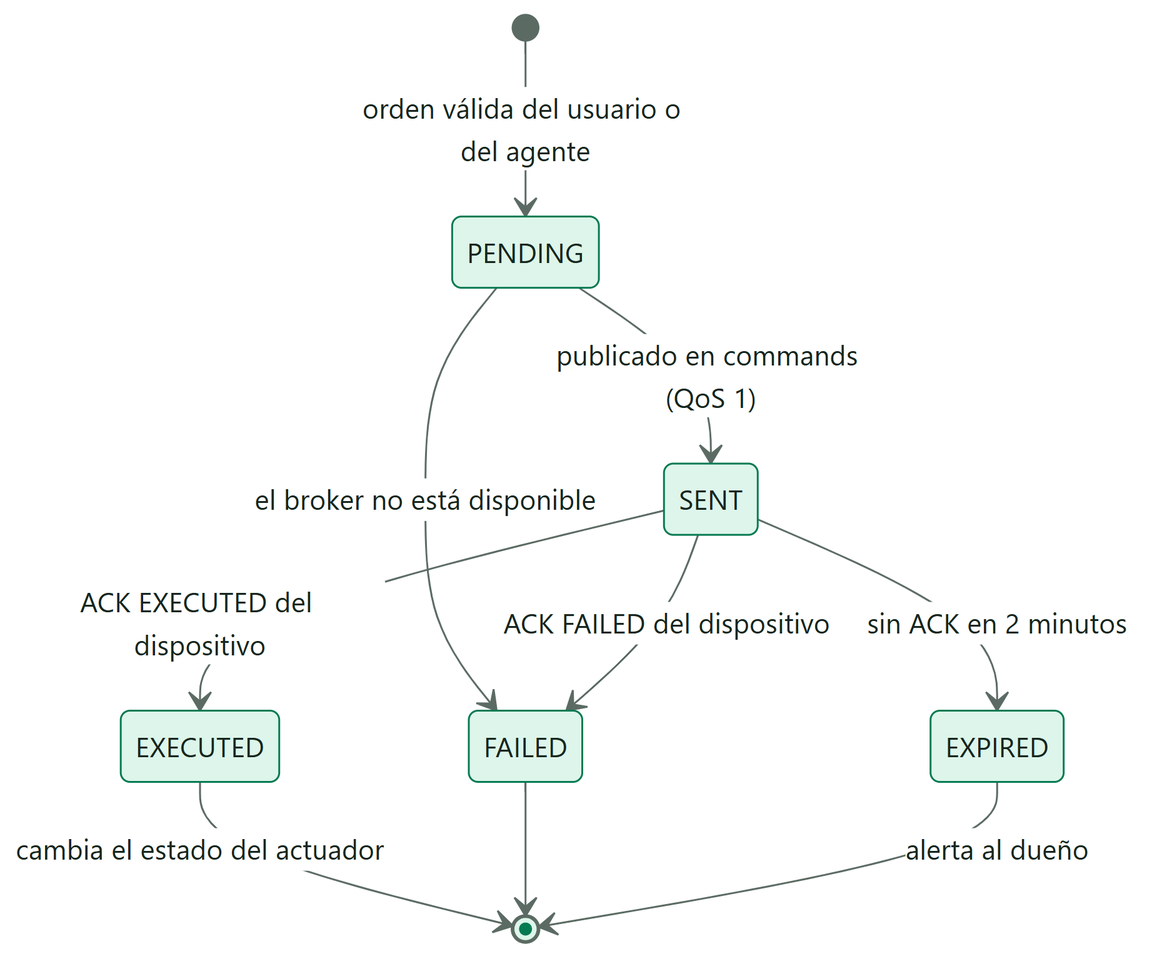
Above: docs/diagrams/SmartPot_05_Command_States.png in SmartPotTech/.github (Mermaid), before the change. Its source is kept beside it as docs/diagrams/SmartPot_05_Command_States.mmd. Its diagram source:
```mermaid
%%{init: {"theme": "base", "fontFamily": "Segoe UI, Arial, sans-serif", "themeVariables": {"fontFamily": "Segoe UI, Arial, sans-serif", "fontSize": "15px", "primaryColor": "#DDF5EA", "primaryTextColor": "#17261F", "primaryBorderColor": "#067A52", "secondaryColor": "#E3F2FB", "secondaryTextColor": "#17261F", "secondaryBorderColor": "#1F6FA0", "tertiaryColor": "#F2F7F4", "tertiaryTextColor": "#17261F", "tertiaryBorderColor": "#D5E3DC", "lineColor": "#5B6B63", "textColor": "#17261F", "mainBkg": "#DDF5EA", "nodeBorder": "#067A52", "clusterBkg": "#F7FAF8", "clusterBorder": "#D5E3DC", "edgeLabelBackground": "#FFFFFF", "actorBkg": "#067A52", "actorBorder": "#0B3D2B", "actorTextColor": "#FFFFFF", "actorLineColor": "#5B6B63", "signalColor": "#17261F", "signalTextColor": "#17261F", "labelBoxBkgColor": "#0B3D2B", "labelBoxBorderColor": "#0B3D2B", "labelTextColor": "#FFFFFF", "loopTextColor": "#0B3D2B", "noteBkgColor": "#FDF4DD", "noteBorderColor": "#C98D12", "noteTextColor": "#17261F", "activationBkgColor": "#DDF5EA", "activationBorderColor": "#067A52", "attributeBackgroundColorOdd": "#FFFFFF", "attributeBackgroundColorEven": "#F2F7F4"}}}%%
stateDiagram-v2
  [*] --> PENDING: orden válida del usuario o del agente
  PENDING --> SENT: publicado en commands (QoS 1)
  PENDING --> FAILED: el broker no está disponible
  SENT --> EXECUTED: ACK EXECUTED del dispositivo
  SENT --> FAILED: ACK FAILED del dispositivo
  SENT --> EXPIRED: sin ACK en 2 minutos
  EXECUTED --> [*]: cambia el estado del actuador
  FAILED --> [*]
  EXPIRED --> [*]: alerta al dueño
```
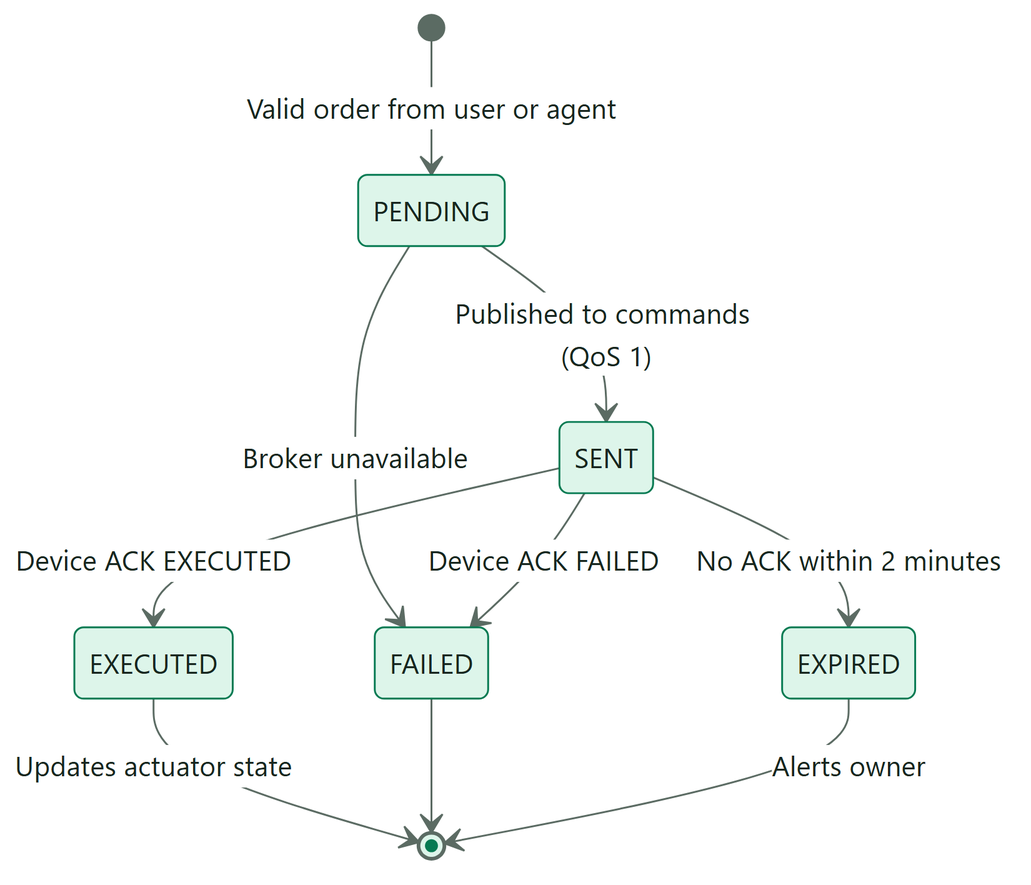
After the change.

The edit, as a diff of the source:
```diff
@@ -1,11 +1,11 @@
 %%{init: {"theme": "base", "fontFamily": "Segoe UI, Arial, sans-serif", "themeVariables": {"fontFamily": "Segoe UI, Arial, sans-serif", "fontSize": "15px", "primaryColor": "#DDF5EA", "primaryTextColor": "#17261F", "primaryBorderColor": "#067A52", "secondaryColor": "#E3F2FB", "secondaryTextColor": "#17261F", "secondaryBorderColor": "#1F6FA0", "tertiaryColor": "#F2F7F4", "tertiaryTextColor": "#17261F", "tertiaryBorderColor": "#D5E3DC", "lineColor": "#5B6B63", "textColor": "#17261F", "mainBkg": "#DDF5EA", "nodeBorder": "#067A52", "clusterBkg": "#F7FAF8", "clusterBorder": "#D5E3DC", "edgeLabelBackground": "#FFFFFF", "actorBkg": "#067A52", "actorBorder": "#0B3D2B", "actorTextColor": "#FFFFFF", "actorLineColor": "#5B6B63", "signalColor": "#17261F", "signalTextColor": "#17261F", "labelBoxBkgColor": "#0B3D2B", "labelBoxBorderColor": "#0B3D2B", "labelTextColor": "#FFFFFF", "loopTextColor": "#0B3D2B", "noteBkgColor": "#FDF4DD", "noteBorderColor": "#C98D12", "noteTextColor": "#17261F", "activationBkgColor": "#DDF5EA", "activationBorderColor": "#067A52", "attributeBackgroundColorOdd": "#FFFFFF", "attributeBackgroundColorEven": "#F2F7F4"}}}%%
 stateDiagram-v2
-  [*] --> PENDING: orden válida del usuario o del agente
-  PENDING --> SENT: publicado en commands (QoS 1)
-  PENDING --> FAILED: el broker no está disponible
-  SENT --> EXECUTED: ACK EXECUTED del dispositivo
-  SENT --> FAILED: ACK FAILED del dispositivo
-  SENT --> EXPIRED: sin ACK en 2 minutos
-  EXECUTED --> [*]: cambia el estado del actuador
+  [*] --> PENDING: Valid order from user or agent
+  PENDING --> SENT: Published to commands (QoS 1)
+  PENDING --> FAILED: Broker unavailable
+  SENT --> EXECUTED: Device ACK EXECUTED
+  SENT --> FAILED: Device ACK FAILED
+  SENT --> EXPIRED: No ACK within 2 minutes
+  EXECUTED --> [*]: Updates actuator state
   FAILED --> [*]
-  EXPIRED --> [*]: alerta al dueño
+  EXPIRED --> [*]: Alerts owner
```
